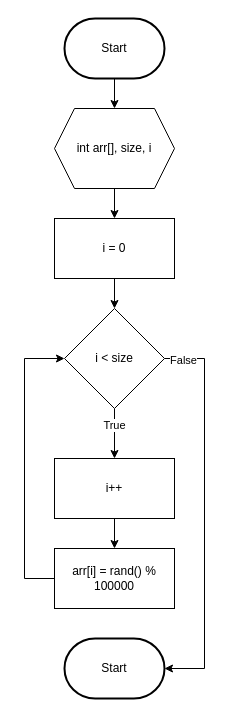
This is page "randomNumber" (6 of 9) of Flowchart Modul 3.drawio from elikawicaksana/BuildIT_BasisData, a draw.io file, before an edit. Source tidied: cells renumbered, new cells numbered last; positions are measured from the earlier drawing's top-left corner, leaving out a move shared by most shapes. Both pictures are drawn from the tidied source at 100%, with x=0, y=0 at pixel (24, 18).
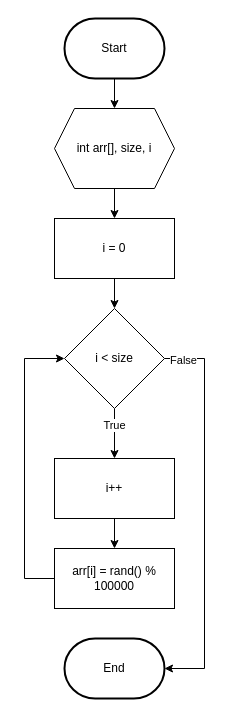
After the change.

Diff of the diagram source:
```diff
@@
-    <mxCell id="15" value="Start" style="strokeWidth=2;html=1;shape=mxgraph.flowchart.terminator;whiteSpace=wrap;" parent="1" vertex="1">
+    <mxCell id="15" value="End" style="strokeWidth=2;html=1;shape=mxgraph.flowchart.terminator;whiteSpace=wrap;" parent="1" vertex="1">
       <mxGeometry x="40" y="620" width="100" height="60" as="geometry" />
     </mxCell>
```
